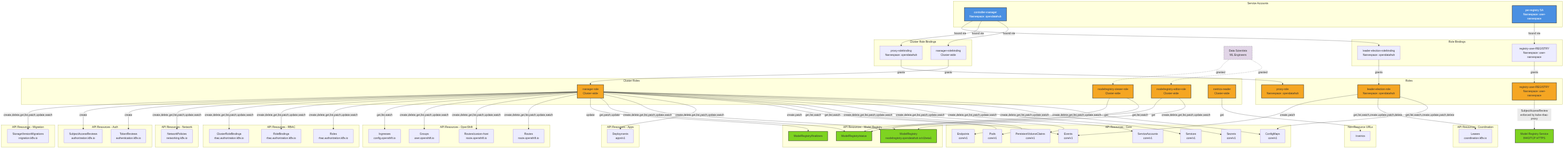
rhuss/architecture-context keeps this Mermaid diagram as architecture/rhoai-3.0/diagrams/model-registry-operator-rbac.png. Above is the earlier version. Its source is kept beside it as architecture/rhoai-3.0/diagrams/model-registry-operator-rbac.mmd.
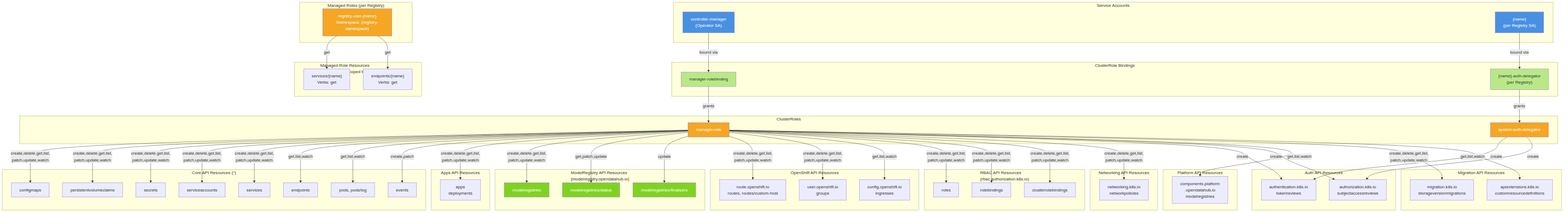
Later version of the same file.

Change to the diagram source:
```diff
@@ -1,159 +1,124 @@
+
 graph TD
-    subgraph "Service Accounts"
-        SA_Controller["controller-manager<br/>Namespace: opendatahub"]
-        SA_PerRegistry["per-registry SA<br/>Namespace: user-namespace"]
+    subgraph ServiceAccounts["Service Accounts"]
+        SA_CM["controller-manager<br/>(Operator SA)"]
+        SA_REG["{name}<br/>(per Registry SA)"]
     end
 
-    subgraph "Cluster Role Bindings"
-        CRB_Manager[manager-rolebinding<br/>Cluster-wide]
-        CRB_Proxy[proxy-rolebinding<br/>Namespace: opendatahub]
+    subgraph ClusterRoleBindings["ClusterRole Bindings"]
+        CRB_MGR["manager-rolebinding"]
+        CRB_AUTH["{name}-auth-delegator<br/>(per Registry)"]
     end
 
-    subgraph "Role Bindings"
-        RB_LeaderElection["leader-election-rolebinding<br/>Namespace: opendatahub"]
-        RB_PerRegistry["registry-user-REGISTRY<br/>Namespace: user-namespace"]
+    subgraph ClusterRoles["ClusterRoles"]
+        CR_MGR["manager-role"]
+        CR_AUTH["system:auth-delegator"]
     end
 
-    subgraph "Cluster Roles"
-        CR_Manager[manager-role<br/>Cluster-wide]
-        CR_Editor[modelregistry-editor-role<br/>Cluster-wide]
-        CR_Viewer[modelregistry-viewer-role<br/>Cluster-wide]
-        CR_MetricsReader[metrics-reader<br/>Cluster-wide]
+    subgraph ManagedRoles["Managed Roles (per Registry)"]
+        ROLE_USER["registry-user-{name}<br/>Namespace: {registry-namespace}"]
     end
 
-    subgraph "Roles"
-        R_LeaderElection["leader-election-role<br/>Namespace: opendatahub"]
-        R_Proxy["proxy-role<br/>Namespace: opendatahub"]
-        R_PerRegistry["registry-user-REGISTRY<br/>Namespace: user-namespace"]
+    subgraph CoreResources["Core API Resources ('')"]
+        ConfigMaps["configmaps"]
+        PVCs["persistentvolumeclaims"]
+        Secrets["secrets"]
+        SvcAccts["serviceaccounts"]
+        Services["services"]
+        Endpoints["endpoints"]
+        Pods["pods, pods/log"]
+        Events["events"]
     end
 
-    subgraph "API Resources - Core"
-        Core_ConfigMaps[ConfigMaps<br/>core/v1]
-        Core_Secrets[Secrets<br/>core/v1]
-        Core_Services[Services<br/>core/v1]
-        Core_ServiceAccounts[ServiceAccounts<br/>core/v1]
-        Core_PVCs[PersistentVolumeClaims<br/>core/v1]
-        Core_Pods[Pods<br/>core/v1]
-        Core_Events[Events<br/>core/v1]
-        Core_Endpoints[Endpoints<br/>core/v1]
+    subgraph AppsResources["Apps API Resources"]
+        Deployments["apps<br/>deployments"]
     end
 
-    subgraph "API Resources - Apps"
-        Apps_Deployments[Deployments<br/>apps/v1]
+    subgraph MRResources["ModelRegistry API Resources<br/>(modelregistry.opendatahub.io)"]
+        MR["modelregistries"]
+        MRStatus["modelregistries/status"]
+        MRFinalizers["modelregistries/finalizers"]
     end
 
-    subgraph "API Resources - Model Registry"
-        MR_CRD[ModelRegistry<br/>modelregistry.opendatahub.io/v1beta1]
-        MR_Status[ModelRegistry/status]
-        MR_Finalizers[ModelRegistry/finalizers]
+    subgraph OSResources["OpenShift API Resources"]
+        Routes["route.openshift.io<br/>routes, routes/custom-host"]
+        Groups["user.openshift.io<br/>groups"]
+        Ingresses["config.openshift.io<br/>ingresses"]
     end
 
-    subgraph "API Resources - OpenShift"
-        OS_Routes[Routes<br/>route.openshift.io]
-        OS_CustomHost[Routes/custom-host<br/>route.openshift.io]
-        OS_Groups[Groups<br/>user.openshift.io]
-        OS_Ingresses[Ingresses<br/>config.openshift.io]
+    subgraph RBACResources["RBAC API Resources<br/>(rbac.authorization.k8s.io)"]
+        Roles["roles"]
+        RoleBindings["rolebindings"]
+        CRBs["clusterrolebindings"]
     end
 
-    subgraph "API Resources - RBAC"
-        RBAC_Roles[Roles<br/>rbac.authorization.k8s.io]
-        RBAC_RoleBindings[RoleBindings<br/>rbac.authorization.k8s.io]
-        RBAC_ClusterRoleBindings[ClusterRoleBindings<br/>rbac.authorization.k8s.io]
+    subgraph NetworkResources["Networking API Resources"]
+        NetPol["networking.k8s.io<br/>networkpolicies"]
     end
 
-    subgraph "API Resources - Network"
-        Net_NetworkPolicies[NetworkPolicies<br/>networking.k8s.io]
+    subgraph AuthResources["Auth API Resources"]
+        TokenReview["authentication.k8s.io<br/>tokenreviews"]
+        SAR["authorization.k8s.io<br/>subjectaccessreviews"]
     end
 
-    subgraph "API Resources - Auth"
-        Auth_TokenReviews[TokenReviews<br/>authentication.k8s.io]
-        Auth_SubjectAccessReviews[SubjectAccessReviews<br/>authorization.k8s.io]
+    subgraph PlatformResources["Platform API Resources"]
+        PlatformMR["components.platform<br/>.opendatahub.io<br/>modelregistries"]
     end
 
-    subgraph "API Resources - Migration"
-        Migrate_StorageVersionMigrations[StorageVersionMigrations<br/>migration.k8s.io]
+    subgraph MigrationResources["Migration API Resources"]
+        SVM["migration.k8s.io<br/>storageversionmigrations"]
+        CRDs["apiextensions.k8s.io<br/>customresourcedefinitions"]
     end
 
-    subgraph "API Resources - Coordination"
-        Coord_Leases[Leases<br/>coordination.k8s.io]
+    subgraph ManagedRoleResources["Managed Role Resources<br/>(per Registry, scoped to resourceName)"]
+        SvcGet["services/{name}<br/>Verbs: get"]
+        EndpGet["endpoints/{name}<br/>Verbs: get"]
     end
 
-    subgraph "Non-Resource URLs"
-        NonResource_Metrics["/metrics"]
-    end
+    SA_CM -->|bound via| CRB_MGR
+    CRB_MGR -->|grants| CR_MGR
 
-    SA_Controller -->|bound via| CRB_Manager
-    SA_Controller -->|bound via| CRB_Proxy
-    SA_Controller -->|bound via| RB_LeaderElection
-    SA_PerRegistry -->|bound via| RB_PerRegistry
+    SA_REG -->|bound via| CRB_AUTH
+    CRB_AUTH -->|grants| CR_AUTH
 
-    CRB_Manager -->|grants| CR_Manager
-    CRB_Proxy -->|grants| R_Proxy
-    RB_LeaderElection -->|grants| R_LeaderElection
-    RB_PerRegistry -->|grants| R_PerRegistry
+    CR_MGR -->|"create,delete,get,list,<br/>patch,update,watch"| ConfigMaps
+    CR_MGR -->|"create,delete,get,list,<br/>patch,update,watch"| PVCs
+    CR_MGR -->|"create,delete,get,list,<br/>patch,update,watch"| Secrets
+    CR_MGR -->|"create,delete,get,list,<br/>patch,update,watch"| SvcAccts
+    CR_MGR -->|"create,delete,get,list,<br/>patch,update,watch"| Services
+    CR_MGR -->|"get,list,watch"| Endpoints
+    CR_MGR -->|"get,list,watch"| Pods
+    CR_MGR -->|"create,patch"| Events
+    CR_MGR -->|"create,delete,get,list,<br/>patch,update,watch"| Deployments
+    CR_MGR -->|"create,delete,get,list,<br/>patch,update,watch"| MR
+    CR_MGR -->|"get,patch,update"| MRStatus
+    CR_MGR -->|"update"| MRFinalizers
+    CR_MGR -->|"create,delete,get,list,<br/>patch,update,watch"| Routes
+    CR_MGR -->|"create,delete,get,list,<br/>patch,update,watch"| Groups
+    CR_MGR -->|"get,list,watch"| Ingresses
+    CR_MGR -->|"create,delete,get,list,<br/>patch,update,watch"| Roles
+    CR_MGR -->|"create,delete,get,list,<br/>patch,update,watch"| RoleBindings
+    CR_MGR -->|"create,delete,get,list,<br/>patch,update,watch"| CRBs
+    CR_MGR -->|"create,delete,get,list,<br/>patch,update,watch"| NetPol
+    CR_MGR -->|"create"| TokenReview
+    CR_MGR -->|"create"| SAR
+    CR_MGR -->|"get,list,watch"| PlatformMR
+    CR_MGR -->|"create,delete,get,list,<br/>patch,update,watch"| SVM
+    CR_MGR -->|"get,list,watch"| CRDs
 
-    CR_Manager -->|create,delete,get,list,patch,update,watch| Core_ConfigMaps
-    CR_Manager -->|create,delete,get,list,patch,update,watch| Core_Secrets
-    CR_Manager -->|create,delete,get,list,patch,update,watch| Core_Services
-    CR_Manager -->|create,delete,get,list,patch,update,watch| Core_ServiceAccounts
-    CR_Manager -->|create,delete,get,list,patch,update,watch| Core_PVCs
-    CR_Manager -->|get,list,watch| Core_Pods
-    CR_Manager -->|get,list,watch| Core_Endpoints
-    CR_Manager -->|create,patch| Core_Events
+    CR_AUTH -->|"create"| TokenReview
+    CR_AUTH -->|"create"| SAR
 
-    CR_Manager -->|create,delete,get,list,patch,update,watch| Apps_Deployments
+    ROLE_USER -->|"get"| SvcGet
+    ROLE_USER -->|"get"| EndpGet
 
-    CR_Manager -->|create,delete,get,list,patch,update,watch| MR_CRD
-    CR_Manager -->|get,patch,update| MR_Status
-    CR_Manager -->|update| MR_Finalizers
-
-    CR_Manager -->|create,delete,get,list,patch,update,watch| OS_Routes
-    CR_Manager -->|create,delete,get,list,patch,update,watch| OS_CustomHost
-    CR_Manager -->|create,delete,get,list,patch,update,watch| OS_Groups
-    CR_Manager -->|get,list,watch| OS_Ingresses
-
-    CR_Manager -->|create,delete,get,list,patch,update,watch| RBAC_Roles
-    CR_Manager -->|create,delete,get,list,patch,update,watch| RBAC_RoleBindings
-    CR_Manager -->|create,delete,get,list,patch,update,watch| RBAC_ClusterRoleBindings
-
-    CR_Manager -->|create,delete,get,list,patch,update,watch| Net_NetworkPolicies
-
-    CR_Manager -->|create| Auth_TokenReviews
-    CR_Manager -->|create| Auth_SubjectAccessReviews
-
-    CR_Manager -->|create,delete,get,list,patch,update,watch| Migrate_StorageVersionMigrations
-
-    R_LeaderElection -->|get,list,watch,create,update,patch,delete| Core_ConfigMaps
-    R_LeaderElection -->|get,list,watch,create,update,patch,delete| Coord_Leases
-    R_LeaderElection -->|create,patch| Core_Events
-
-    CR_MetricsReader -->|get| NonResource_Metrics
-
-    CR_Editor -->|create,delete,get,list,patch,update,watch| MR_CRD
-    CR_Editor -->|get| MR_Status
-    CR_Viewer -->|get,list,watch| MR_CRD
-    CR_Viewer -->|get| MR_Status
-
-    User[Data Scientists<br/>ML Engineers] -.->|granted| CR_Editor
-    User -.->|granted| CR_Viewer
-
-    R_PerRegistry -->|SubjectAccessReview<br/>enforced by kube-rbac-proxy| RegistryService[Model Registry Service<br/>8443/TCP HTTPS]
-
-    style SA_Controller fill:#4a90e2,stroke:#333,stroke-width:2px,color:#fff
-    style SA_PerRegistry fill:#4a90e2,stroke:#333,stroke-width:2px,color:#fff
-
-    style CR_Manager fill:#f5a623,stroke:#333,stroke-width:2px
-    style CR_Editor fill:#f5a623,stroke:#333,stroke-width:2px
-    style CR_Viewer fill:#f5a623,stroke:#333,stroke-width:2px
-    style CR_MetricsReader fill:#f5a623,stroke:#333,stroke-width:2px
-    style R_LeaderElection fill:#f5a623,stroke:#333,stroke-width:2px
-    style R_Proxy fill:#f5a623,stroke:#333,stroke-width:2px
-    style R_PerRegistry fill:#f5a623,stroke:#333,stroke-width:2px
-
-    style MR_CRD fill:#7ed321,stroke:#333,stroke-width:2px
-    style MR_Status fill:#7ed321,stroke:#333,stroke-width:2px
-    style MR_Finalizers fill:#7ed321,stroke:#333,stroke-width:2px
-
-    style RegistryService fill:#7ed321,stroke:#333,stroke-width:2px
-
-    style User fill:#e1d5e7,stroke:#333,stroke-width:1px,stroke-dasharray: 5 5
+    style SA_CM fill:#4a90e2,color:#fff
+    style SA_REG fill:#4a90e2,color:#fff
+    style CR_MGR fill:#f5a623,color:#fff
+    style CR_AUTH fill:#f5a623,color:#fff
+    style ROLE_USER fill:#f5a623,color:#fff
+    style CRB_MGR fill:#b8e986
+    style CRB_AUTH fill:#b8e986
+    style MR fill:#7ed321,color:#fff
+    style MRStatus fill:#7ed321,color:#fff
+    style MRFinalizers fill:#7ed321,color:#fff
```
